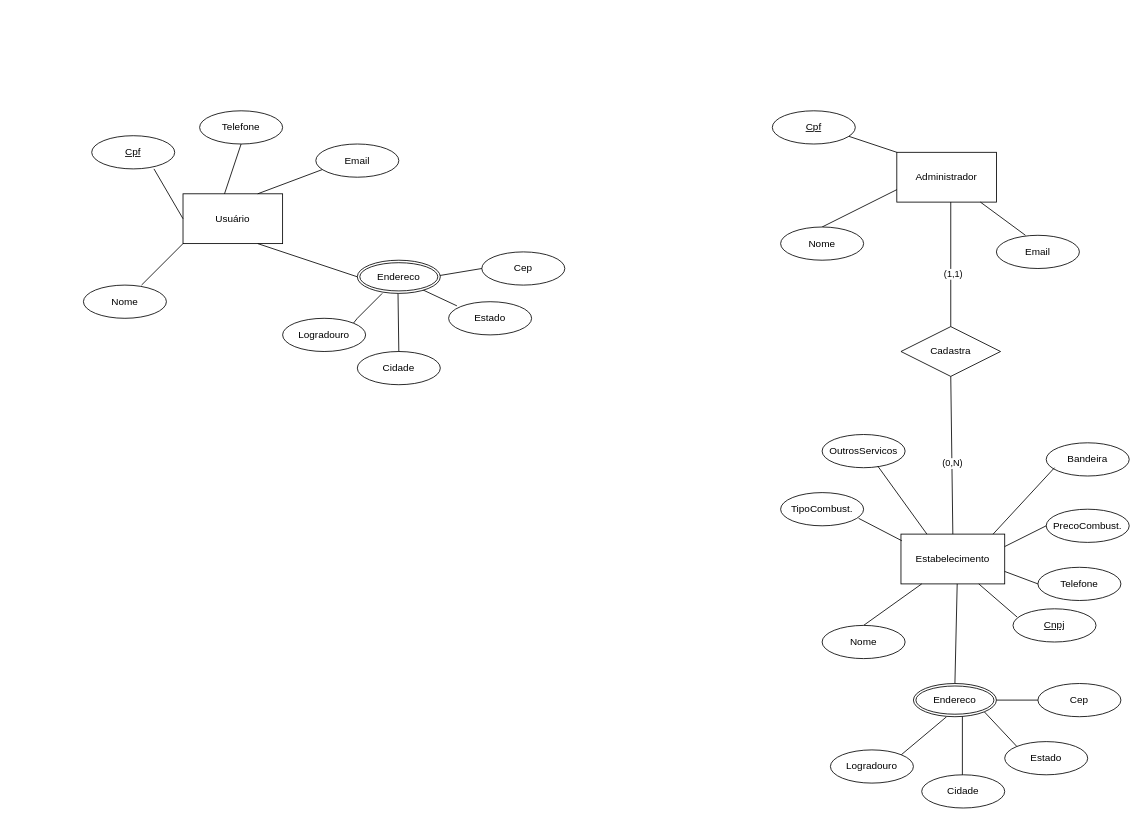
The draw.io diagram docs/img/Diagrama ER Fuel+.drawio in ICEI-PUC-Minas-PMV-ADS/pmv-ads-2024-1-e3-proj-mov-t4-fuel, before the edit. Source tidied: cells renumbered, new cells numbered last; positions are measured from the earlier drawing's top-left corner, leaving out a move shared by most shapes. Both pictures are drawn from the tidied source at 83%, with x=0, y=0 at pixel (83, 110).
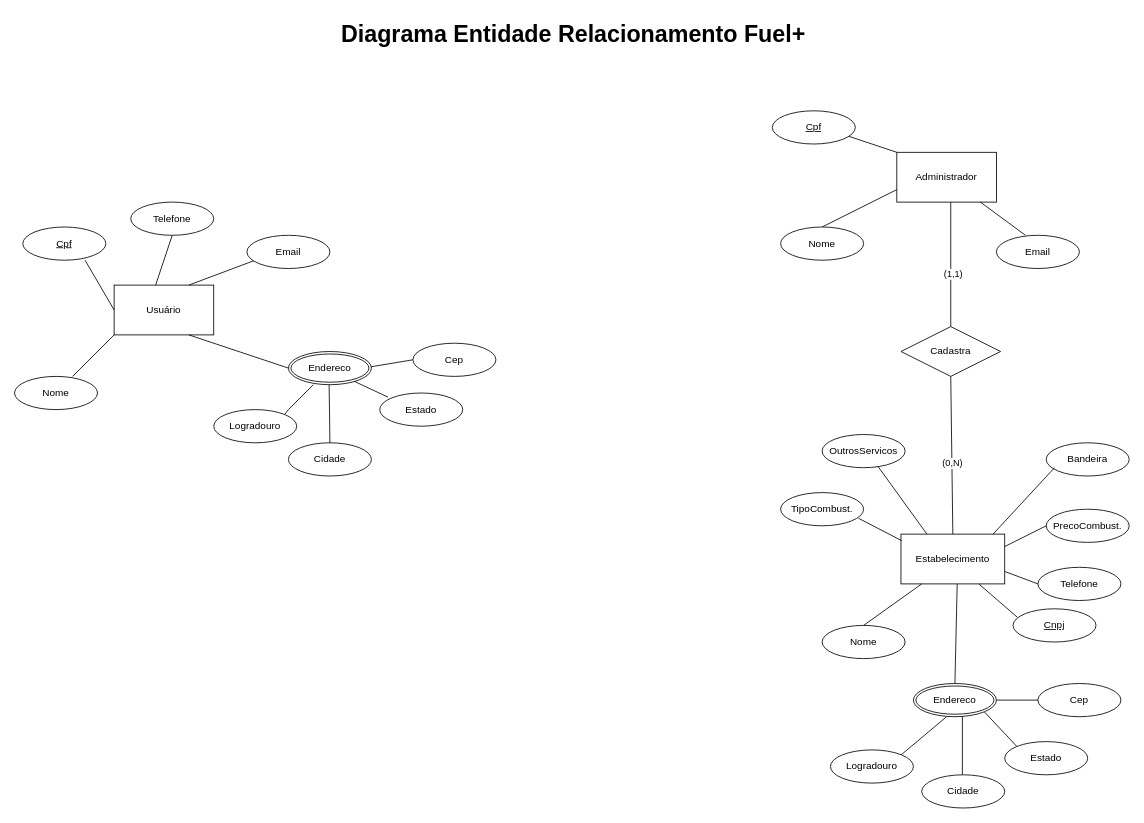
The same page after the edit.

Change to the diagram source:
```diff
@@
     <mxCell id="2" value="Usuário" style="rounded=0;whiteSpace=wrap;html=1;" parent="1" vertex="1">
-      <mxGeometry x="120" y="100" width="120" height="60" as="geometry" />
+      <mxGeometry x="37" y="210" width="120" height="60" as="geometry" />
     </mxCell>
@@
     <mxCell id="5" style="endArrow=none;html=1;rounded=0;" parent="1" edge="1">
       <mxGeometry relative="1" as="geometry">
-        <mxPoint x="70" y="210" as="sourcePoint" />
-        <mxPoint x="120" y="160" as="targetPoint" />
+        <mxPoint x="-13" y="320" as="sourcePoint" />
+        <mxPoint x="37" y="270" as="targetPoint" />
       </mxGeometry>
     </mxCell>
     <mxCell id="6" style="endArrow=none;html=1;rounded=0;" parent="1" edge="1">
       <mxGeometry relative="1" as="geometry">
-        <mxPoint x="210" y="100" as="sourcePoint" />
-        <mxPoint x="290" y="70" as="targetPoint" />
+        <mxPoint x="127" y="210" as="sourcePoint" />
+        <mxPoint x="207" y="180" as="targetPoint" />
         <Array as="points">
-          <mxPoint x="210" y="100" />
+          <mxPoint x="127" y="210" />
         </Array>
       </mxGeometry>
     </mxCell>
     <mxCell id="7" style="endArrow=none;html=1;rounded=0;exitX=0;exitY=0.5;exitDx=0;exitDy=0;entryX=0.75;entryY=1;entryDx=0;entryDy=0;" parent="1" edge="1" target="2">
       <mxGeometry relative="1" as="geometry">
-        <mxPoint x="330" y="200" as="sourcePoint" />
+        <mxPoint x="247" y="310" as="sourcePoint" />
       </mxGeometry>
     </mxCell>
@@
     <mxCell id="12" value="Cpf" style="ellipse;whiteSpace=wrap;html=1;align=center;fontStyle=4;" parent="1" vertex="1">
-      <mxGeometry x="10" y="30" width="100" height="40" as="geometry" />
+      <mxGeometry x="-73" y="140" width="100" height="40" as="geometry" />
     </mxCell>
     <mxCell id="13" value="Logradouro" style="ellipse;whiteSpace=wrap;html=1;align=center;" parent="1" vertex="1">
-      <mxGeometry x="240" y="250" width="100" height="40" as="geometry" />
+      <mxGeometry x="157" y="360" width="100" height="40" as="geometry" />
     </mxCell>
     <mxCell id="14" value="Estado" style="ellipse;whiteSpace=wrap;html=1;align=center;" parent="1" vertex="1">
-      <mxGeometry x="440" y="230" width="100" height="40" as="geometry" />
+      <mxGeometry x="357" y="340" width="100" height="40" as="geometry" />
     </mxCell>
     <mxCell id="15" value="Cidade" style="ellipse;whiteSpace=wrap;html=1;align=center;" parent="1" vertex="1">
-      <mxGeometry x="330" y="290" width="100" height="40" as="geometry" />
+      <mxGeometry x="247" y="400" width="100" height="40" as="geometry" />
     </mxCell>
     <mxCell id="16" value="Cep" style="ellipse;whiteSpace=wrap;html=1;align=center;" parent="1" vertex="1">
-      <mxGeometry x="480" y="170" width="100" height="40" as="geometry" />
+      <mxGeometry x="397" y="280" width="100" height="40" as="geometry" />
     </mxCell>
     <mxCell id="17" style="endArrow=none;html=1;rounded=0;exitX=1;exitY=0;exitDx=0;exitDy=0;" parent="1" edge="1" source="13">
       <mxGeometry relative="1" as="geometry">
-        <mxPoint x="360" y="220" as="targetPoint" />
+        <mxPoint x="277" y="330" as="targetPoint" />
         <Array as="points">
-          <mxPoint x="330" y="250" />
+          <mxPoint x="247" y="360" />
         </Array>
       </mxGeometry>
     </mxCell>
     <mxCell id="18" style="endArrow=none;html=1;rounded=0;entryX=0.59;entryY=0.95;entryDx=0;entryDy=0;entryPerimeter=0;exitX=0.5;exitY=0;exitDx=0;exitDy=0;" parent="1" edge="1" source="15">
       <mxGeometry relative="1" as="geometry">
-        <mxPoint x="379" y="218" as="targetPoint" />
+        <mxPoint x="296" y="328" as="targetPoint" />
       </mxGeometry>
     </mxCell>
     <mxCell id="19" style="endArrow=none;html=1;rounded=0;exitX=0;exitY=0.5;exitDx=0;exitDy=0;" parent="1" edge="1" source="2">
       <mxGeometry relative="1" as="geometry">
-        <mxPoint x="85" y="70" as="targetPoint" />
+        <mxPoint x="2" y="180" as="targetPoint" />
       </mxGeometry>
     </mxCell>
     <mxCell id="20" style="endArrow=none;html=1;rounded=0;exitX=1;exitY=1;exitDx=0;exitDy=0;" parent="1" edge="1">
       <mxGeometry relative="1" as="geometry">
-        <mxPoint x="405.4" y="214.1" as="sourcePoint" />
-        <mxPoint x="450" y="235" as="targetPoint" />
+        <mxPoint x="322.4" y="324.1" as="sourcePoint" />
+        <mxPoint x="367" y="345" as="targetPoint" />
       </mxGeometry>
     </mxCell>
     <mxCell id="21" style="endArrow=none;html=1;rounded=0;exitX=1;exitY=0.5;exitDx=0;exitDy=0;entryX=0;entryY=0.5;entryDx=0;entryDy=0;" parent="1" edge="1" target="16">
       <mxGeometry relative="1" as="geometry">
-        <mxPoint x="420" y="200" as="sourcePoint" />
+        <mxPoint x="337" y="310" as="sourcePoint" />
       </mxGeometry>
     </mxCell>
     <mxCell id="22" value="Email" style="ellipse;whiteSpace=wrap;html=1;align=center;" parent="1" vertex="1">
-      <mxGeometry x="280" y="40" width="100" height="40" as="geometry" />
+      <mxGeometry x="197" y="150" width="100" height="40" as="geometry" />
     </mxCell>
     <mxCell id="23" value="Nome" style="ellipse;whiteSpace=wrap;html=1;align=center;" parent="1" vertex="1">
-      <mxGeometry y="210" width="100" height="40" as="geometry" />
+      <mxGeometry x="-83" y="320" width="100" height="40" as="geometry" />
     </mxCell>
@@
     <mxCell id="42" value="Endereco" style="ellipse;shape=doubleEllipse;margin=3;whiteSpace=wrap;html=1;align=center;" parent="1" vertex="1">
-      <mxGeometry x="330" y="180" width="100" height="40" as="geometry" />
+      <mxGeometry x="247" y="290" width="100" height="40" as="geometry" />
     </mxCell>
@@
     <mxCell id="46" value="Telefone" style="ellipse;whiteSpace=wrap;html=1;align=center;" parent="1" vertex="1">
-      <mxGeometry x="140" width="100" height="40" as="geometry" />
+      <mxGeometry x="57" y="110" width="100" height="40" as="geometry" />
     </mxCell>
     <mxCell id="47" style="endArrow=none;html=1;rounded=0;entryX=0.5;entryY=1;entryDx=0;entryDy=0;" parent="1" edge="1" target="46">
       <mxGeometry relative="1" as="geometry">
-        <mxPoint x="170" y="100" as="sourcePoint" />
+        <mxPoint x="87" y="210" as="sourcePoint" />
       </mxGeometry>
     </mxCell>
@@
+    <mxCell id="58" value="&lt;b&gt;&lt;font style=&quot;font-size: 28px;&quot;&gt;Diagrama Entidade Relacionamento Fuel+&lt;/font&gt;&lt;/b&gt;" style="text;html=1;align=center;verticalAlign=middle;strokeColor=none;fillColor=none;" parent="1" vertex="1">
+      <mxGeometry x="301" y="-116" width="577" height="46" as="geometry" />
+    </mxCell>
```
